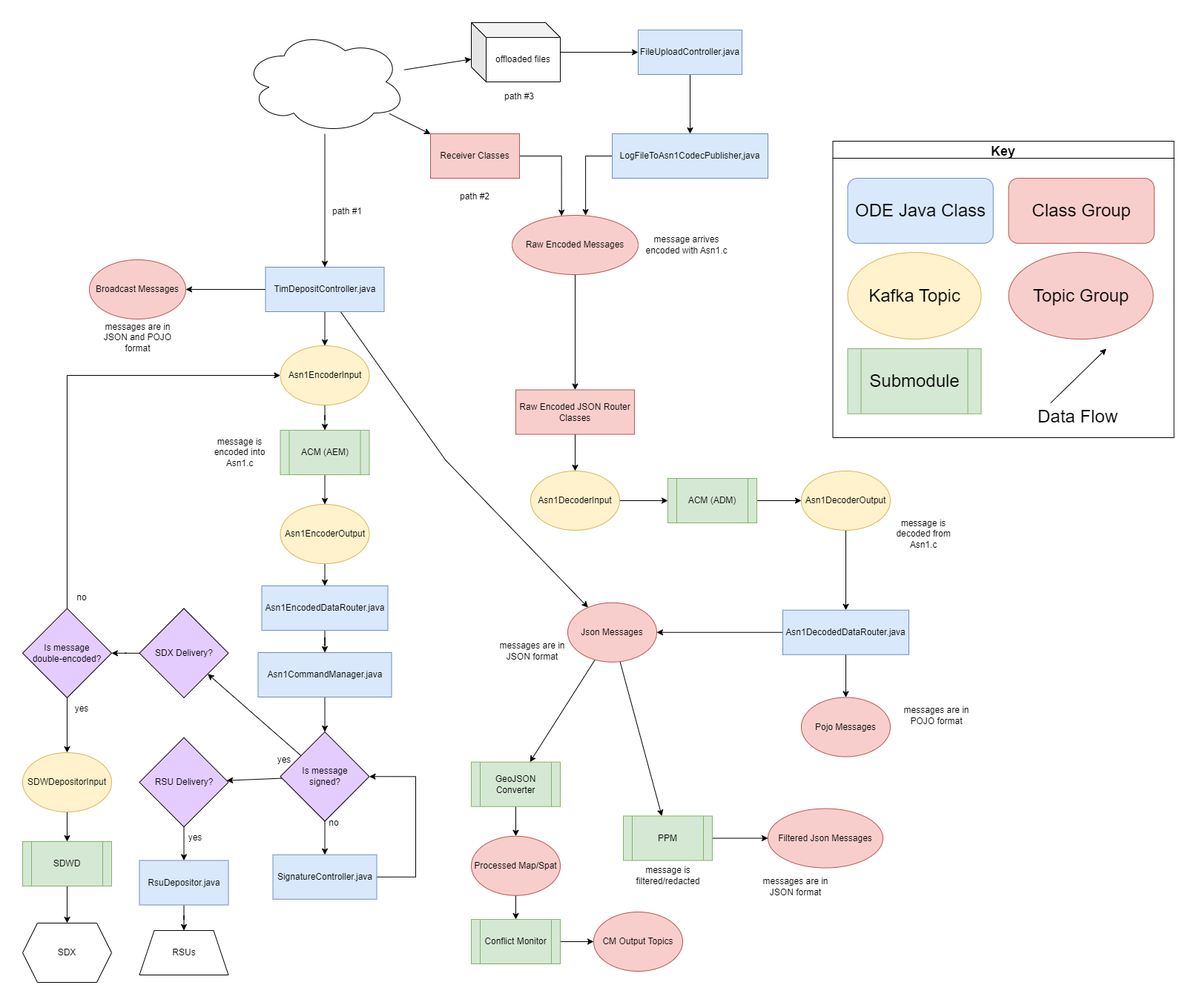
Before: docs/data-flow-diagrams/ODE Data Flow Overview.drawio.png, a diagram exported from draw.io (usdot-jpo-ode/jpo-ode). Source tidied: cells renumbered, new cells last; positions are measured from the earlier drawing's top-left corner, leaving out a move shared by most shapes.
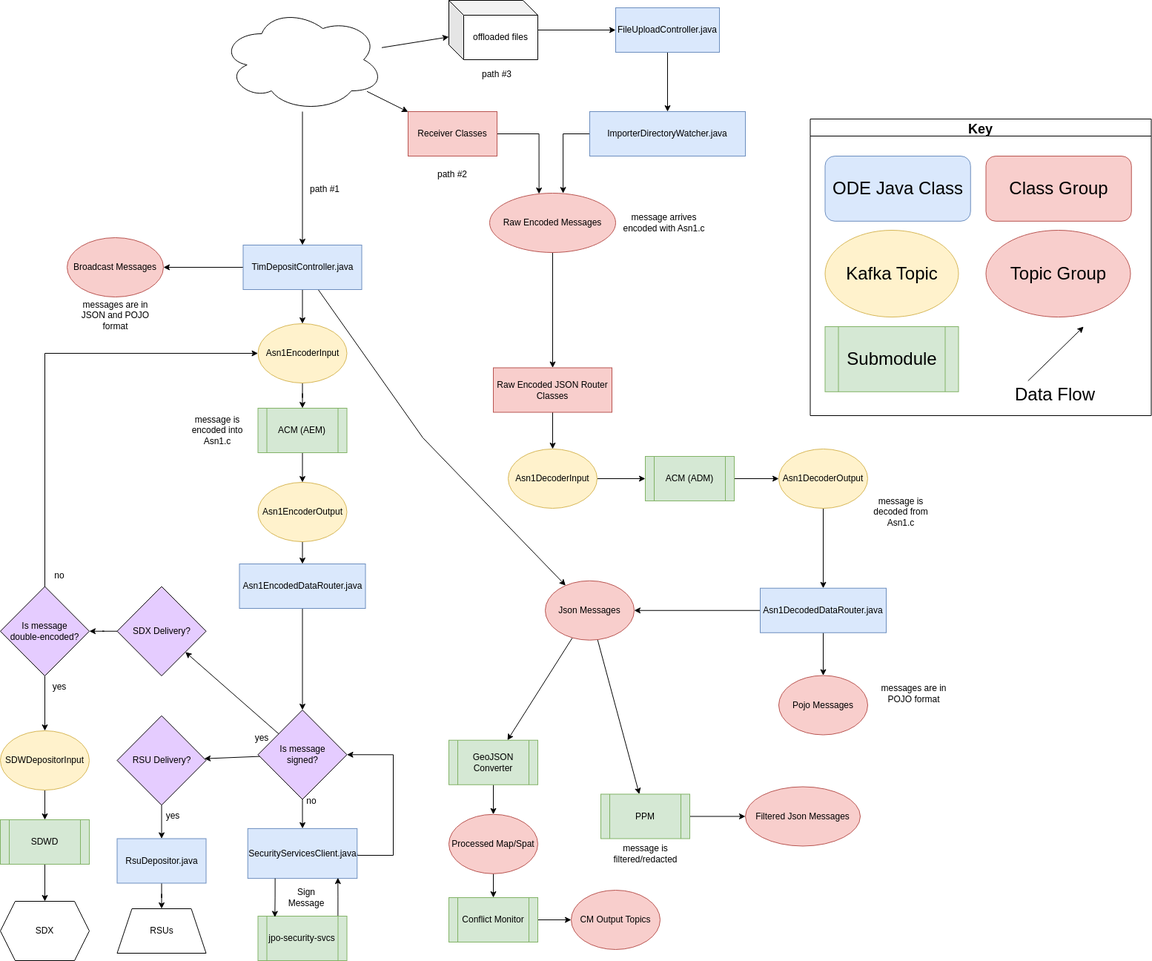
After the commit.

The edit, as a diff of the source:
```diff
@@ -90,21 +90,15 @@
     <mxCell id="29" value="Filtered Json Messages" style="ellipse;whiteSpace=wrap;html=1;fillColor=#f8cecc;strokeColor=#b85450;" parent="1" vertex="1">
       <mxGeometry x="1005" y="1060.5" width="155" height="80" as="geometry" />
     </mxCell>
-    <mxCell id="30" style="edgeStyle=orthogonalEdgeStyle;rounded=0;jettySize=auto;html=1;entryX=0.5;entryY=0;entryDx=0;entryDy=0;" parent="1" edge="1" source="31" target="79">
+    <mxCell id="30" style="edgeStyle=orthogonalEdgeStyle;rounded=0;jettySize=auto;html=1;entryX=0.5;entryY=0;entryDx=0;entryDy=0;exitX=0.5;exitY=1;exitDx=0;exitDy=0;" parent="1" edge="1" source="35" target="79">
       <mxGeometry relative="1" as="geometry" />
     </mxCell>
-    <mxCell id="31" value="Asn1CommandManager.java" style="rounded=0;whiteSpace=wrap;html=1;fillColor=#dae8fc;strokeColor=#6c8ebf;" parent="1" vertex="1">
-      <mxGeometry x="317.5" y="850" width="180" height="60" as="geometry" />
-    </mxCell>
     <mxCell id="32" style="edgeStyle=orthogonalEdgeStyle;rounded=0;jettySize=auto;html=1;" parent="1" edge="1" source="33" target="43">
       <mxGeometry relative="1" as="geometry" />
     </mxCell>
     <mxCell id="33" value="SDWDepositorInput" style="ellipse;whiteSpace=wrap;html=1;fillColor=#fff2cc;strokeColor=#d6b656;" parent="1" vertex="1">
       <mxGeometry y="985" width="120" height="80" as="geometry" />
     </mxCell>
-    <mxCell id="34" style="edgeStyle=orthogonalEdgeStyle;rounded=0;jettySize=auto;html=1;" parent="1" edge="1" source="35" target="31">
-      <mxGeometry relative="1" as="geometry" />
-    </mxCell>
     <mxCell id="35" value="Asn1EncodedDataRouter.java" style="rounded=0;whiteSpace=wrap;html=1;fillColor=#dae8fc;strokeColor=#6c8ebf;" parent="1" vertex="1">
       <mxGeometry x="322.5" y="760" width="170" height="60" as="geometry" />
     </mxCell>
@@ -150,12 +144,6 @@
     <mxCell id="49" value="messages are in POJO format" style="text;html=1;strokeColor=none;fillColor=none;align=center;verticalAlign=middle;whiteSpace=wrap;rounded=0;" parent="1" vertex="1">
       <mxGeometry x="1180" y="909.8" width="105" height="50" as="geometry" />
     </mxCell>
-    <mxCell id="50" value="messages are in JSON format" style="text;html=1;strokeColor=none;fillColor=none;align=center;verticalAlign=middle;whiteSpace=wrap;rounded=0;" parent="1" vertex="1">
-      <mxGeometry x="635" y="822.8" width="105" height="50" as="geometry" />
-    </mxCell>
-    <mxCell id="51" value="messages are in JSON format" style="text;html=1;strokeColor=none;fillColor=none;align=center;verticalAlign=middle;whiteSpace=wrap;rounded=0;" parent="1" vertex="1">
-      <mxGeometry x="990" y="1140.5" width="105" height="50" as="geometry" />
-    </mxCell>
     <mxCell id="52" value="messages are in JSON and POJO format" style="text;html=1;strokeColor=none;fillColor=none;align=center;verticalAlign=middle;whiteSpace=wrap;rounded=0;" parent="1" vertex="1">
       <mxGeometry x="102.5" y="400" width="105" height="50" as="geometry" />
     </mxCell>
@@ -257,8 +245,8 @@
         </Array>
       </mxGeometry>
     </mxCell>
-    <mxCell id="83" value="SignatureController.java" style="rounded=0;whiteSpace=wrap;html=1;fillColor=#dae8fc;strokeColor=#6c8ebf;" parent="1" vertex="1">
-      <mxGeometry x="337.5" y="1122.8" width="140" height="60" as="geometry" />
+    <mxCell id="83" value="SecurityServicesClient.java" style="rounded=0;whiteSpace=wrap;html=1;fillColor=#dae8fc;strokeColor=#6c8ebf;" parent="1" vertex="1">
+      <mxGeometry x="333.8" y="1116.9" width="147.5" height="67.2" as="geometry" />
     </mxCell>
     <mxCell id="84" style="edgeStyle=none;rounded=0;jettySize=auto;html=1;" parent="1" edge="1" source="85" target="87">
       <mxGeometry relative="1" as="geometry" />
@@ -296,7 +284,7 @@
     <mxCell id="95" style="edgeStyle=orthogonalEdgeStyle;rounded=0;jettySize=auto;html=1;exitX=0;exitY=0.5;exitDx=0;exitDy=0;entryX=0.583;entryY=0.003;entryDx=0;entryDy=0;entryPerimeter=0;" parent="1" edge="1" source="96" target="16">
       <mxGeometry relative="1" as="geometry" />
     </mxCell>
-    <mxCell id="96" value="LogFileToAsn1CodecPublisher,java" style="rounded=0;whiteSpace=wrap;html=1;fillColor=#dae8fc;strokeColor=#6c8ebf;" parent="1" vertex="1">
+    <mxCell id="96" value="ImporterDirectoryWatcher.java" style="rounded=0;whiteSpace=wrap;html=1;fillColor=#dae8fc;strokeColor=#6c8ebf;" parent="1" vertex="1">
       <mxGeometry x="795" y="150" width="210" height="60" as="geometry" />
     </mxCell>
     <mxCell id="97" value="path #1" style="text;html=1;strokeColor=none;fillColor=none;align=center;verticalAlign=middle;whiteSpace=wrap;rounded=0;" parent="1" vertex="1">
@@ -314,5 +302,17 @@
     <mxCell id="101" value="SDX Delivery?" style="rhombus;whiteSpace=wrap;html=1;fillColor=#E5CCFF;" parent="1" vertex="1">
       <mxGeometry x="157.5" y="790.5" width="120" height="120.5" as="geometry" />
     </mxCell>
+    <mxCell id="102" style="edgeStyle=orthogonalEdgeStyle;rounded=0;jettySize=auto;html=1;exitX=0.899;exitY=0.011;exitDx=0;exitDy=0;exitPerimeter=0;entryX=0.824;entryY=0.986;entryDx=0;entryDy=0;entryPerimeter=0;" parent="1" edge="1" source="103" target="83">
+      <mxGeometry relative="1" as="geometry" />
+    </mxCell>
+    <mxCell id="103" value="jpo-security-svcs" style="shape=process;whiteSpace=wrap;html=1;backgroundOutline=1;fillColor=#d5e8d4;strokeColor=#82b366;" parent="1" vertex="1">
+      <mxGeometry x="347.5" y="1235" width="120" height="60" as="geometry" />
+    </mxCell>
+    <mxCell id="104" style="edgeStyle=orthogonalEdgeStyle;rounded=0;jettySize=auto;html=1;exitX=0.25;exitY=1;exitDx=0;exitDy=0;entryX=0.19;entryY=0.025;entryDx=0;entryDy=0;entryPerimeter=0;" parent="1" edge="1" source="83" target="103">
+      <mxGeometry relative="1" as="geometry" />
+    </mxCell>
+    <mxCell id="105" value="Sign Message" style="text;html=1;strokeColor=none;fillColor=none;align=center;verticalAlign=middle;whiteSpace=wrap;rounded=0;" parent="1" vertex="1">
+      <mxGeometry x="382.5" y="1195" width="60" height="30" as="geometry" />
+    </mxCell>
   </root>
 </mxGraphModel>
```
